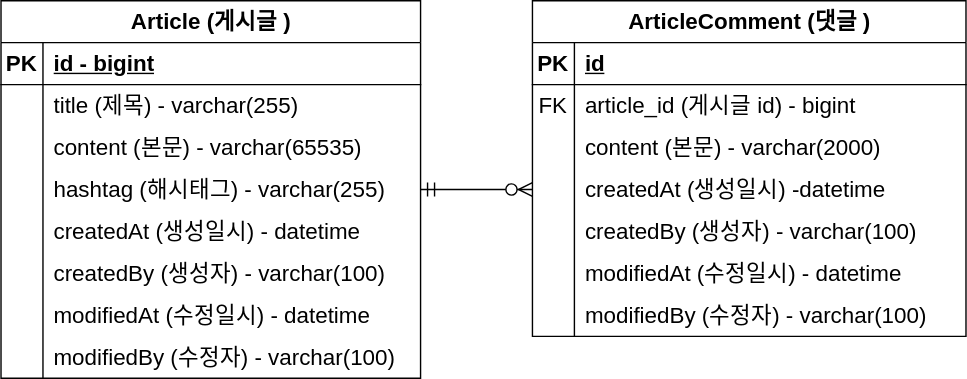
Earlier version of the draw.io export document/project-board-erd.svg (asdg2795/fastcampus-project-board). Source tidied: cells renumbered, new cells last; positions are measured from the earlier drawing's top-left corner, leaving out a move shared by most shapes.
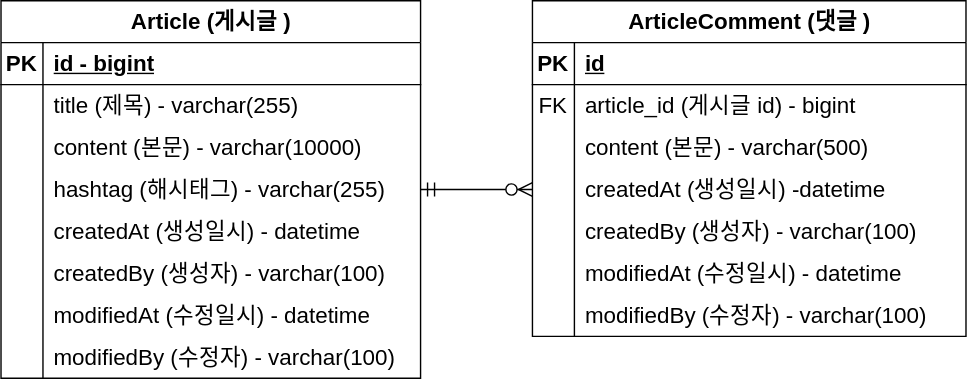
The same file after the commit.

Commit message:
#10 - erd 업데이트 : content 사이즈 변경

The edit, as a diff of the source:
```diff
@@ -29,7 +29,7 @@
     <mxCell id="10" style="shape=partialRectangle;fillColor=none;top=0;left=0;bottom=0;right=0;overflow=hidden;whiteSpace=wrap;html=1;fontSize=16;" parent="9" vertex="1">
       <mxGeometry width="30" height="30" as="geometry" />
     </mxCell>
-    <mxCell id="11" value="content (본문) - varchar(65535)" style="shape=partialRectangle;fillColor=none;top=0;left=0;bottom=0;right=0;align=left;spacingLeft=6;overflow=hidden;whiteSpace=wrap;html=1;fontSize=16;" parent="9" vertex="1">
+    <mxCell id="11" value="content (본문) - varchar(10000)" style="shape=partialRectangle;fillColor=none;top=0;left=0;bottom=0;right=0;align=left;spacingLeft=6;overflow=hidden;whiteSpace=wrap;html=1;fontSize=16;" parent="9" vertex="1">
       <mxGeometry x="30" width="270" height="30" as="geometry" />
     </mxCell>
     <mxCell id="12" style="shape=tableRow;horizontal=0;startSize=0;swimlaneHead=0;swimlaneBody=0;fillColor=none;points=[[0,0.5],[1,0.5]];portConstraint=eastwest;top=0;left=0;right=0;bottom=0;fontSize=16;" parent="2" vertex="1">
@@ -104,7 +104,7 @@
     <mxCell id="35" style="shape=partialRectangle;fillColor=none;top=0;left=0;bottom=0;right=0;overflow=hidden;whiteSpace=wrap;html=1;fontSize=16;" parent="34" vertex="1">
       <mxGeometry width="30" height="30" as="geometry" />
     </mxCell>
-    <mxCell id="36" value="content (본문) - varchar(2000)" style="shape=partialRectangle;fillColor=none;top=0;left=0;bottom=0;right=0;align=left;spacingLeft=6;overflow=hidden;whiteSpace=wrap;html=1;fontSize=16;" parent="34" vertex="1">
+    <mxCell id="36" value="content (본문) - varchar(500)" style="shape=partialRectangle;fillColor=none;top=0;left=0;bottom=0;right=0;align=left;spacingLeft=6;overflow=hidden;whiteSpace=wrap;html=1;fontSize=16;" parent="34" vertex="1">
       <mxGeometry x="30" width="280" height="30" as="geometry" />
     </mxCell>
     <mxCell id="37" style="shape=tableRow;horizontal=0;startSize=0;swimlaneHead=0;swimlaneBody=0;fillColor=none;points=[[0,0.5],[1,0.5]];portConstraint=eastwest;top=0;left=0;right=0;bottom=0;fontSize=16;" parent="27" vertex="1">
```
